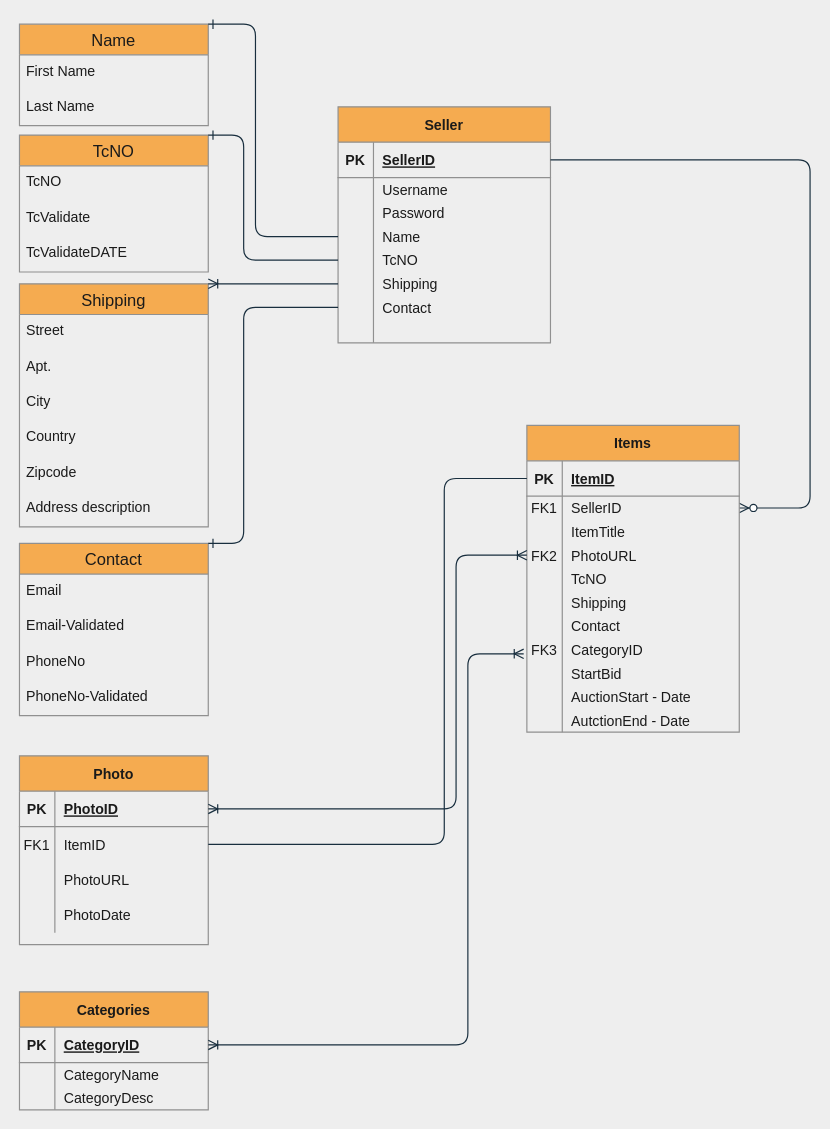
Before: Untitled Diagram.drawio in humbldump/HumblDump, a draw.io diagram. Source tidied: cells renumbered, new cells numbered last; positions are measured from the earlier drawing's top-left corner, leaving out a move shared by most shapes. Both pictures are drawn from the tidied source at 118%, with x=0, y=0 at pixel (19, 24).
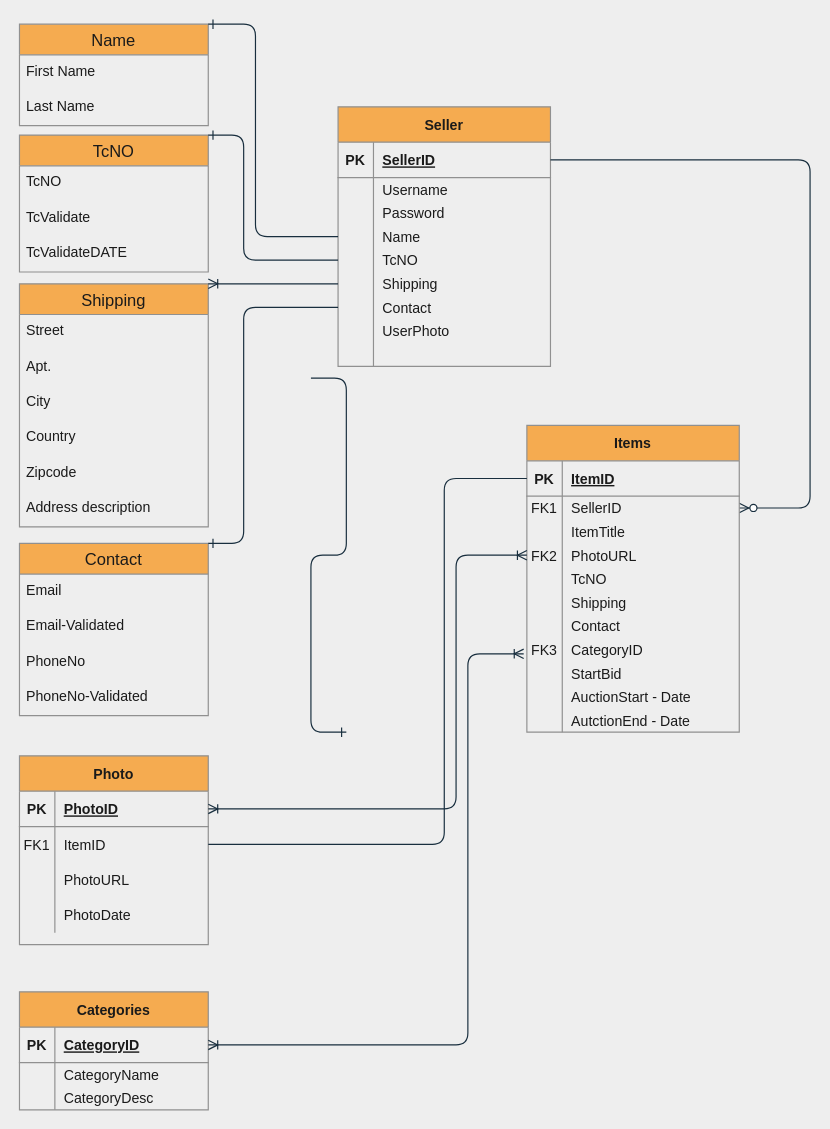
After the change.

Unchanged cells that the change refers to:
```xml
<mxCell id="24" style="shape=partialRectangle;fillColor=none;top=0;left=0;bottom=0;right=0;strokeColor=#909090;fontColor=#1A1A1A;" parent="2" vertex="1">
  <mxGeometry y="180" width="180" height="20" as="geometry" />
</mxCell>
```

Diff of the diagram source:
```diff
@@
     <mxCell id="2" value="Seller" style="shape=table;startSize=30;childLayout=tableLayout;rowLines=0;fontStyle=1;align=center;fillColor=#F5AB50;strokeColor=#909090;fontColor=#1A1A1A;" parent="1" vertex="1">
-      <mxGeometry x="270" y="70" width="180" height="200" as="geometry" />
+      <mxGeometry x="270" y="70" width="180" height="220" as="geometry" />
     </mxCell>
@@
-    <mxCell id="26" style="shape=partialRectangle;fillColor=none;top=0;left=0;bottom=0;right=0;align=left;spacingLeft=6;overflow=hidden;strokeColor=#909090;fontColor=#1A1A1A;" parent="24" vertex="1">
+    <mxCell id="26" value="UserPhoto" style="shape=partialRectangle;fillColor=none;top=0;left=0;bottom=0;right=0;align=left;spacingLeft=6;overflow=hidden;strokeColor=#909090;fontColor=#1A1A1A;" parent="24" vertex="1">
       <mxGeometry x="30" width="150" height="20" as="geometry" />
     </mxCell>
+    <mxCell id="111" style="shape=partialRectangle;fillColor=none;top=0;left=0;bottom=0;right=0;strokeColor=#909090;fontColor=#1A1A1A;" parent="2" vertex="1">
+      <mxGeometry y="200" width="180" height="20" as="geometry" />
+    </mxCell>
+    <mxCell id="112" style="shape=partialRectangle;fillColor=none;top=0;left=0;bottom=0;right=0;overflow=hidden;strokeColor=#909090;fontColor=#1A1A1A;" parent="111" vertex="1">
+      <mxGeometry width="30" height="20" as="geometry" />
+    </mxCell>
+    <mxCell id="113" style="shape=partialRectangle;fillColor=none;top=0;left=0;bottom=0;right=0;align=left;spacingLeft=6;overflow=hidden;strokeColor=#909090;fontColor=#1A1A1A;" parent="111" vertex="1">
+      <mxGeometry x="30" width="150" height="20" as="geometry" />
+    </mxCell>
@@
+    <mxCell id="114" style="edgeStyle=entityRelationEdgeStyle;fontSize=12;html=1;endArrow=ERone;endFill=1;strokeColor=#182E3E;" parent="1" edge="1">
+      <mxGeometry relative="1" as="geometry">
+        <mxPoint x="247" y="300" as="sourcePoint" />
+        <mxPoint x="277" y="600" as="targetPoint" />
+      </mxGeometry>
+    </mxCell>
```
